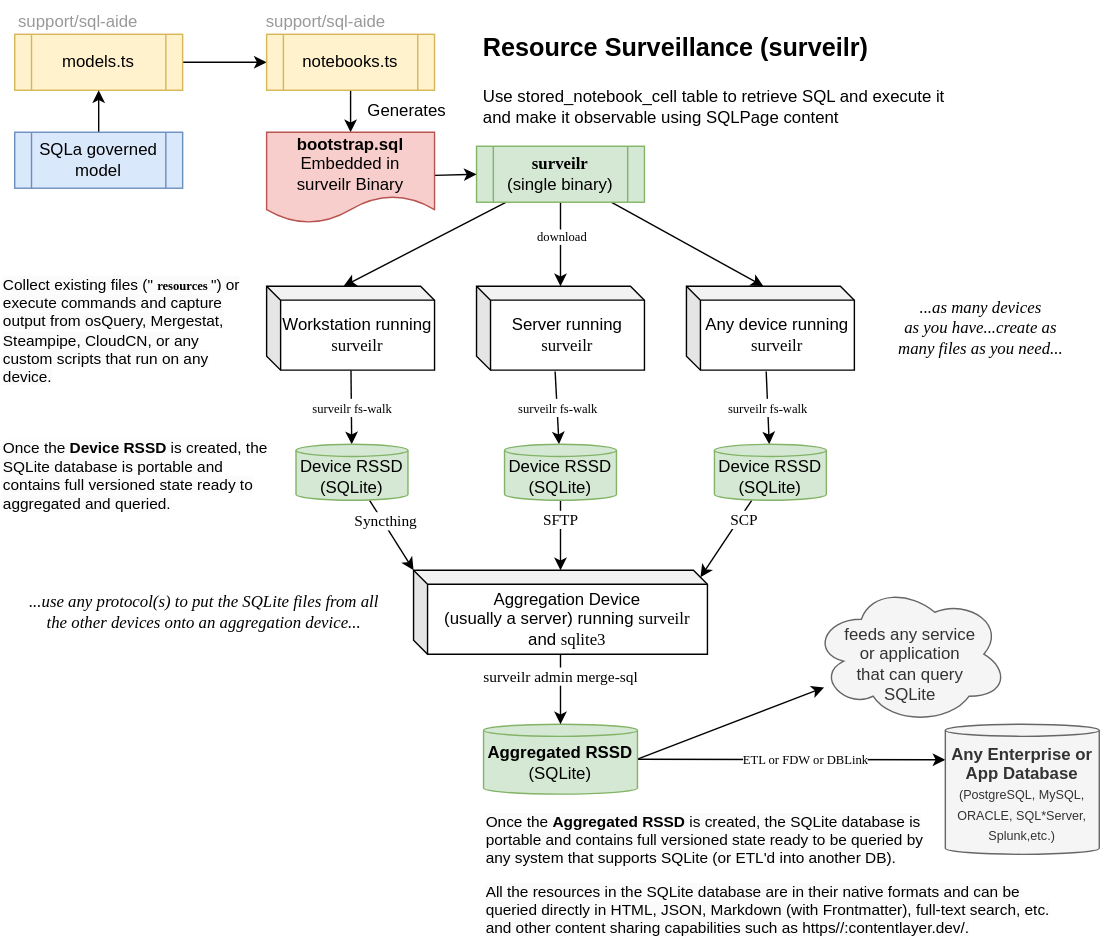
Earlier version of the draw.io export support/docs/architecture.drawio.svg (opsfolio/resource-surveillance). Source tidied: cells renumbered, new cells last; positions are measured from the earlier drawing's top-left corner, leaving out a move shared by most shapes.
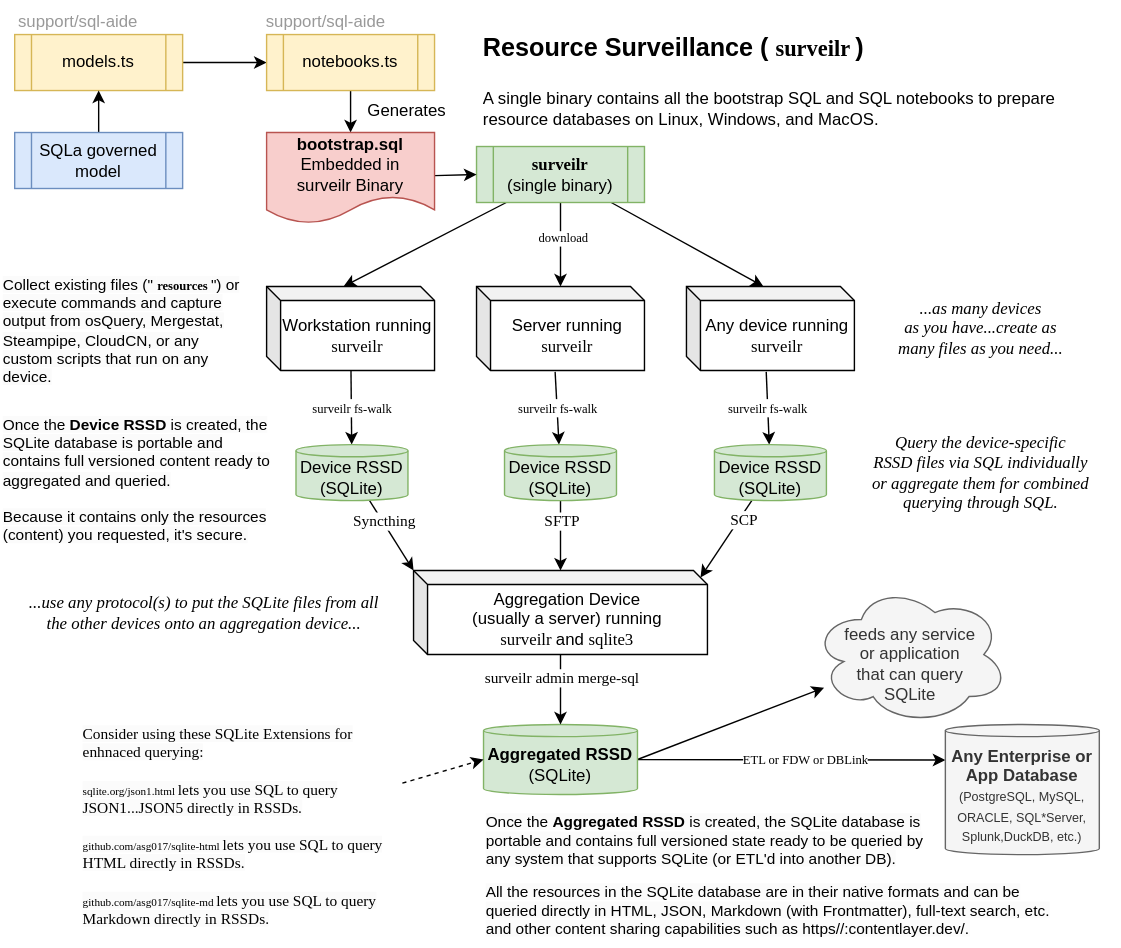
After the commit.

Commit message:
docs: improve architecture diagram

Diff of the diagram source:
```diff
@@ -46,8 +46,8 @@
     <mxCell id="15" value="&lt;font face=&quot;Lucida Console&quot;&gt;surveilr&lt;/font&gt;&lt;br&gt;&lt;span style=&quot;font-weight: normal;&quot;&gt;(single binary)&lt;/span&gt;" style="shape=process;whiteSpace=wrap;html=1;backgroundOutline=1;fillColor=#d5e8d4;strokeColor=#82b366;fontStyle=1;" parent="1" vertex="1">
       <mxGeometry x="340" y="104" width="120" height="40" as="geometry" />
     </mxCell>
-    <mxCell id="16" value="&lt;h1 style=&quot;line-height: 100%;&quot;&gt;&lt;font style=&quot;font-size: 18px;&quot;&gt;Resource Surveillance (surveilr)&lt;/font&gt;&lt;/h1&gt;&lt;span style=&quot;background-color: initial;&quot;&gt;Use stored_notebook_cell table to retrieve SQL and execute it&lt;/span&gt;&lt;span style=&quot;background-color: initial;&quot;&gt;&amp;nbsp;and make it observable using SQLPage content&lt;/span&gt;" style="text;html=1;strokeColor=none;fillColor=none;spacing=5;spacingTop=-20;whiteSpace=wrap;overflow=hidden;rounded=0;" parent="1" vertex="1">
-      <mxGeometry x="340" y="14" width="360" height="120" as="geometry" />
+    <mxCell id="16" value="&lt;h1 style=&quot;line-height: 100%;&quot;&gt;&lt;font style=&quot;&quot;&gt;&lt;span style=&quot;font-size: 18px;&quot;&gt;Resource Surveillance (&lt;/span&gt;&lt;font style=&quot;font-size: 16px;&quot; face=&quot;Lucida Console&quot;&gt;surveilr&lt;/font&gt;&lt;span style=&quot;font-size: 18px;&quot;&gt;)&lt;/span&gt;&lt;/font&gt;&lt;/h1&gt;A single binary contains all the bootstrap SQL and SQL notebooks to prepare resource databases on Linux, Windows, and MacOS." style="text;html=1;strokeColor=none;fillColor=none;spacing=5;spacingTop=-20;whiteSpace=wrap;overflow=hidden;rounded=0;" parent="1" vertex="1">
+      <mxGeometry x="340" y="14" width="460" height="120" as="geometry" />
     </mxCell>
     <mxCell id="17" style="edgeStyle=none;html=1;fontSize=12;" parent="1" edge="1" source="18" target="3">
       <mxGeometry relative="1" as="geometry" />
@@ -126,7 +126,7 @@
     <mxCell id="41" value="surveilr admin merge-sql" style="edgeLabel;html=1;align=center;verticalAlign=middle;fontFamily=Lucida Console;" parent="40" vertex="1">
       <mxGeometry x="-0.36" relative="1" as="geometry" />
     </mxCell>
-    <mxCell id="42" value="Aggregation Device&lt;br&gt;(usually a server) running&amp;nbsp;&lt;font style=&quot;border-color: var(--border-color);&quot; face=&quot;Lucida Console&quot;&gt;surveilr&lt;/font&gt;&amp;nbsp;and&amp;nbsp;&lt;font style=&quot;border-color: var(--border-color);&quot; face=&quot;Lucida Console&quot;&gt;sqlite3&lt;/font&gt;" style="shape=cube;whiteSpace=wrap;html=1;boundedLbl=1;backgroundOutline=1;darkOpacity=0.05;darkOpacity2=0.1;size=10;" parent="1" vertex="1">
+    <mxCell id="42" value="Aggregation Device&lt;br&gt;(usually a server) running&lt;br&gt;&amp;nbsp;&lt;font style=&quot;border-color: var(--border-color);&quot; face=&quot;Lucida Console&quot;&gt;surveilr&lt;/font&gt;&amp;nbsp;and&amp;nbsp;&lt;font style=&quot;border-color: var(--border-color);&quot; face=&quot;Lucida Console&quot;&gt;sqlite3&lt;/font&gt;" style="shape=cube;whiteSpace=wrap;html=1;boundedLbl=1;backgroundOutline=1;darkOpacity=0.05;darkOpacity2=0.1;size=10;" parent="1" vertex="1">
       <mxGeometry x="295" y="407" width="210" height="60" as="geometry" />
     </mxCell>
     <mxCell id="43" value="&lt;font&gt;...use any protocol(s) to put the SQLite files from all&lt;br&gt;the other devices onto an aggregation device...&lt;/font&gt;" style="text;html=1;align=center;verticalAlign=middle;strokeColor=none;fillColor=none;fontFamily=Times New Roman;fontStyle=2;" parent="1" vertex="1">
@@ -138,14 +138,23 @@
     <mxCell id="45" value="&lt;span style=&quot;color: rgb(0, 0, 0); font-family: Helvetica; font-size: 11px; font-style: normal; font-variant-ligatures: normal; font-variant-caps: normal; font-weight: 400; letter-spacing: normal; orphans: 2; text-align: left; text-indent: 0px; text-transform: none; widows: 2; word-spacing: 0px; -webkit-text-stroke-width: 0px; background-color: rgb(251, 251, 251); text-decoration-thickness: initial; text-decoration-style: initial; text-decoration-color: initial; float: none; display: inline !important;&quot;&gt;All the resources in the SQLite database are in their native formats and can be queried directly in HTML, JSON, Markdown (with Frontmatter), full-text search, etc. and other content sharing capabilities such as https//:contentlayer.dev/.&lt;/span&gt;" style="text;whiteSpace=wrap;html=1;fontSize=11;fontFamily=Helvetica;" parent="1" vertex="1">
       <mxGeometry x="345" y="624" width="420" height="50" as="geometry" />
     </mxCell>
-    <mxCell id="46" value="&lt;span style=&quot;color: rgb(0, 0, 0); font-family: Helvetica; font-size: 11px; font-style: normal; font-variant-ligatures: normal; font-variant-caps: normal; font-weight: 400; letter-spacing: normal; orphans: 2; text-align: left; text-indent: 0px; text-transform: none; widows: 2; word-spacing: 0px; -webkit-text-stroke-width: 0px; background-color: rgb(251, 251, 251); text-decoration-thickness: initial; text-decoration-style: initial; text-decoration-color: initial; float: none; display: inline !important;&quot;&gt;Once the &lt;/span&gt;&lt;span style=&quot;color: rgb(0, 0, 0); font-family: Helvetica; font-size: 11px; font-style: normal; font-variant-ligatures: normal; font-variant-caps: normal; letter-spacing: normal; orphans: 2; text-align: left; text-indent: 0px; text-transform: none; widows: 2; word-spacing: 0px; -webkit-text-stroke-width: 0px; background-color: rgb(251, 251, 251); text-decoration-thickness: initial; text-decoration-style: initial; text-decoration-color: initial; float: none; display: inline !important;&quot;&gt;&lt;b&gt;Device RSSD&lt;/b&gt;&lt;/span&gt;&lt;span style=&quot;color: rgb(0, 0, 0); font-family: Helvetica; font-size: 11px; font-style: normal; font-variant-ligatures: normal; font-variant-caps: normal; font-weight: 400; letter-spacing: normal; orphans: 2; text-align: left; text-indent: 0px; text-transform: none; widows: 2; word-spacing: 0px; -webkit-text-stroke-width: 0px; background-color: rgb(251, 251, 251); text-decoration-thickness: initial; text-decoration-style: initial; text-decoration-color: initial; float: none; display: inline !important;&quot;&gt; is created, the SQLite database is portable and contains full versioned state ready to aggregated and queried.&lt;/span&gt;" style="text;whiteSpace=wrap;html=1;fontSize=11;fontFamily=Times New Roman;" parent="1" vertex="1">
-      <mxGeometry y="307" width="200" height="78" as="geometry" />
+    <mxCell id="46" value="&lt;span style=&quot;color: rgb(0, 0, 0); font-family: Helvetica; font-size: 11px; font-style: normal; font-variant-ligatures: normal; font-variant-caps: normal; font-weight: 400; letter-spacing: normal; orphans: 2; text-align: left; text-indent: 0px; text-transform: none; widows: 2; word-spacing: 0px; -webkit-text-stroke-width: 0px; background-color: rgb(251, 251, 251); text-decoration-thickness: initial; text-decoration-style: initial; text-decoration-color: initial; float: none; display: inline !important;&quot;&gt;Once the &lt;/span&gt;&lt;span style=&quot;color: rgb(0, 0, 0); font-family: Helvetica; font-size: 11px; font-style: normal; font-variant-ligatures: normal; font-variant-caps: normal; letter-spacing: normal; orphans: 2; text-align: left; text-indent: 0px; text-transform: none; widows: 2; word-spacing: 0px; -webkit-text-stroke-width: 0px; background-color: rgb(251, 251, 251); text-decoration-thickness: initial; text-decoration-style: initial; text-decoration-color: initial; float: none; display: inline !important;&quot;&gt;&lt;b&gt;Device RSSD&lt;/b&gt;&lt;/span&gt;&lt;span style=&quot;color: rgb(0, 0, 0); font-family: Helvetica; font-size: 11px; font-style: normal; font-variant-ligatures: normal; font-variant-caps: normal; font-weight: 400; letter-spacing: normal; orphans: 2; text-align: left; text-indent: 0px; text-transform: none; widows: 2; word-spacing: 0px; -webkit-text-stroke-width: 0px; background-color: rgb(251, 251, 251); text-decoration-thickness: initial; text-decoration-style: initial; text-decoration-color: initial; float: none; display: inline !important;&quot;&gt; is created, the SQLite database is portable and contains full versioned content ready to aggregated and queried.&lt;br&gt;&lt;br&gt;Because it contains only the resources (content) you requested, it's secure.&lt;br&gt;&lt;/span&gt;" style="text;whiteSpace=wrap;html=1;fontSize=11;fontFamily=Times New Roman;" parent="1" vertex="1">
+      <mxGeometry y="290" width="200" height="78" as="geometry" />
     </mxCell>
     <mxCell id="47" value="&lt;span style=&quot;color: rgb(0, 0, 0); font-family: Helvetica; font-size: 11px; font-style: normal; font-variant-ligatures: normal; font-variant-caps: normal; font-weight: 400; letter-spacing: normal; orphans: 2; text-align: left; text-indent: 0px; text-transform: none; widows: 2; word-spacing: 0px; -webkit-text-stroke-width: 0px; background-color: rgb(251, 251, 251); text-decoration-thickness: initial; text-decoration-style: initial; text-decoration-color: initial; float: none; display: inline !important;&quot;&gt;Collect existing files (&quot;&lt;/span&gt;&lt;span style=&quot;color: rgb(0, 0, 0); font-style: normal; font-variant-ligatures: normal; font-variant-caps: normal; letter-spacing: normal; orphans: 2; text-align: left; text-indent: 0px; text-transform: none; widows: 2; word-spacing: 0px; -webkit-text-stroke-width: 0px; background-color: rgb(251, 251, 251); text-decoration-thickness: initial; text-decoration-style: initial; text-decoration-color: initial; float: none; display: inline !important;&quot;&gt;&lt;b style=&quot;&quot;&gt;&lt;font style=&quot;font-size: 9px;&quot; face=&quot;Lucida Console&quot;&gt;resources&lt;/font&gt;&lt;/b&gt;&lt;/span&gt;&lt;span style=&quot;color: rgb(0, 0, 0); font-family: Helvetica; font-size: 11px; font-style: normal; font-variant-ligatures: normal; font-variant-caps: normal; font-weight: 400; letter-spacing: normal; orphans: 2; text-align: left; text-indent: 0px; text-transform: none; widows: 2; word-spacing: 0px; -webkit-text-stroke-width: 0px; background-color: rgb(251, 251, 251); text-decoration-thickness: initial; text-decoration-style: initial; text-decoration-color: initial; float: none; display: inline !important;&quot;&gt;&quot;) or execute commands and capture output from osQuery, Mergestat, Steampipe, CloudCN, or any custom scripts that run on any device.&lt;/span&gt;" style="text;whiteSpace=wrap;html=1;fontSize=11;fontFamily=Times New Roman;" parent="1" vertex="1">
-      <mxGeometry y="190" width="180" height="50" as="geometry" />
+      <mxGeometry y="190" width="180" height="90" as="geometry" />
     </mxCell>
-    <mxCell id="48" value="&lt;b&gt;Any Enterprise or App Database&lt;br&gt;&lt;/b&gt;&lt;font style=&quot;font-size: 9px;&quot;&gt;(PostgreSQL, MySQL, ORACLE, SQL*Server, Splunk,etc.)&lt;/font&gt;" style="shape=cylinder3;whiteSpace=wrap;html=1;boundedLbl=1;backgroundOutline=1;size=4.333333333333414;fillColor=#f5f5f5;strokeColor=#666666;fontColor=#333333;" parent="1" vertex="1">
+    <mxCell id="48" value="&lt;b&gt;Any Enterprise or App Database&lt;br&gt;&lt;/b&gt;&lt;font style=&quot;font-size: 9px;&quot;&gt;(PostgreSQL, MySQL, ORACLE, SQL*Server, Splunk,DuckDB, etc.)&lt;/font&gt;" style="shape=cylinder3;whiteSpace=wrap;html=1;boundedLbl=1;backgroundOutline=1;size=4.333333333333414;fillColor=#f5f5f5;strokeColor=#666666;fontColor=#333333;" parent="1" vertex="1">
       <mxGeometry x="675" y="517" width="110" height="93" as="geometry" />
     </mxCell>
+    <mxCell id="49" value="&lt;font&gt;Query the device-specific&lt;br&gt;RSSD files via SQL individually&lt;br&gt;or aggregate them for combined&lt;br&gt;querying through SQL.&lt;br&gt;&lt;/font&gt;" style="text;html=1;align=center;verticalAlign=middle;strokeColor=none;fillColor=none;fontFamily=Times New Roman;fontStyle=2;" parent="1" vertex="1">
+      <mxGeometry x="610" y="302" width="180" height="70" as="geometry" />
+    </mxCell>
+    <mxCell id="50" style="edgeStyle=none;html=1;entryX=0;entryY=0.5;entryDx=0;entryDy=0;entryPerimeter=0;fontFamily=Garamond;dashed=1;" parent="1" edge="1" source="51" target="9">
+      <mxGeometry relative="1" as="geometry" />
+    </mxCell>
+    <mxCell id="51" value="&lt;span style=&quot;orphans: 2; text-align: left; text-indent: 0px; widows: 2; background-color: rgb(251, 251, 251); text-decoration-thickness: initial; text-decoration-style: initial; text-decoration-color: initial; float: none; display: inline !important;&quot;&gt;Consider using these SQLite Extensions for enhnaced querying:&lt;br&gt;&lt;br&gt;&lt;font style=&quot;font-size: 8px;&quot; face=&quot;Lucida Console&quot;&gt;sqlite.org/json1.html&lt;/font&gt; lets you use SQL to query JSON1...JSON5 directly in RSSDs.&lt;br&gt;&lt;br&gt;&lt;font style=&quot;font-size: 8px;&quot; face=&quot;Lucida Console&quot;&gt;github.com/asg017/sqlite-html&lt;/font&gt; lets you use SQL to query HTML directly in RSSDs.&lt;br&gt;&lt;br&gt;&lt;font style=&quot;font-size: 8px;&quot; face=&quot;Lucida Console&quot;&gt;github.com/asg017/sqlite-md&lt;/font&gt; lets you use SQL to query Markdown directly in RSSDs.&lt;br&gt;&lt;br&gt;&lt;/span&gt;" style="text;whiteSpace=wrap;html=1;fontSize=11;fontFamily=Garamond;" parent="1" vertex="1">
+      <mxGeometry x="57" y="511" width="230" height="163" as="geometry" />
+    </mxCell>
   </root>
 </mxGraphModel>
```
